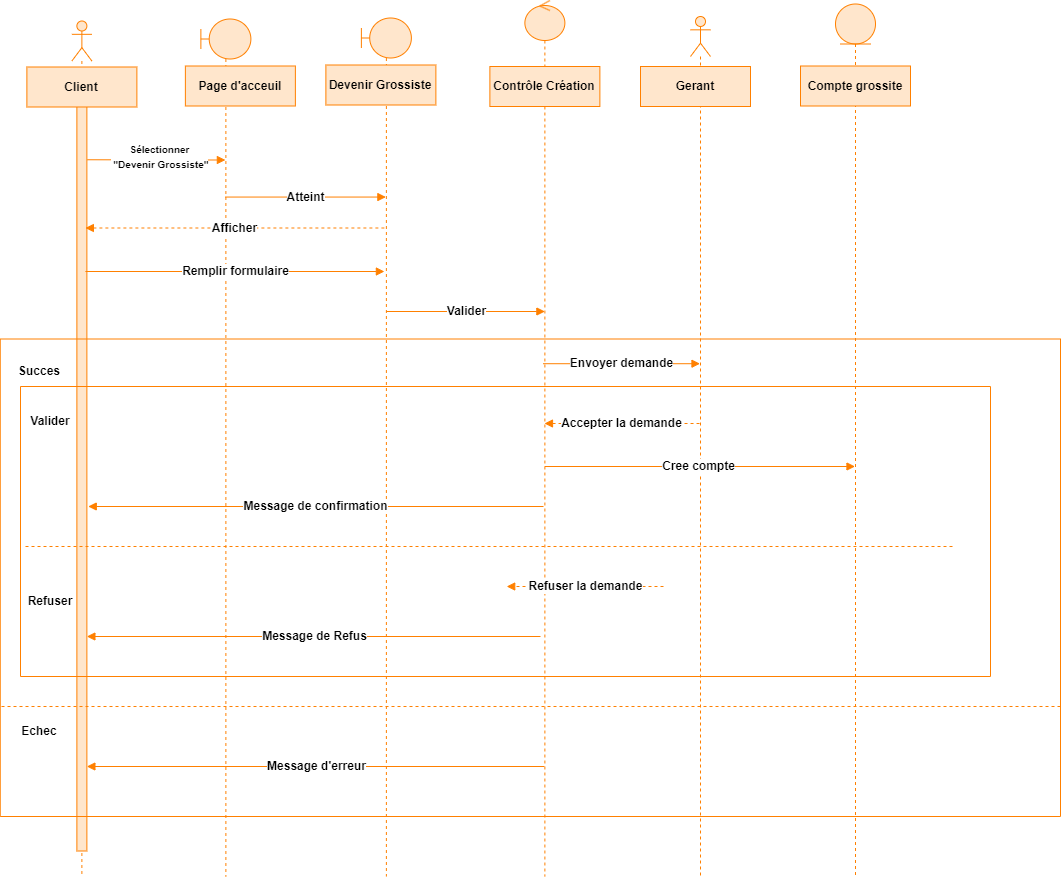
alizhassane/pfe keeps this draw.io diagram as images/Devenir un grossiste d.png. Above is the earlier version. Source tidied: cells renumbered, new cells last; positions are measured from the earlier drawing's top-left corner, leaving out a move shared by most shapes.
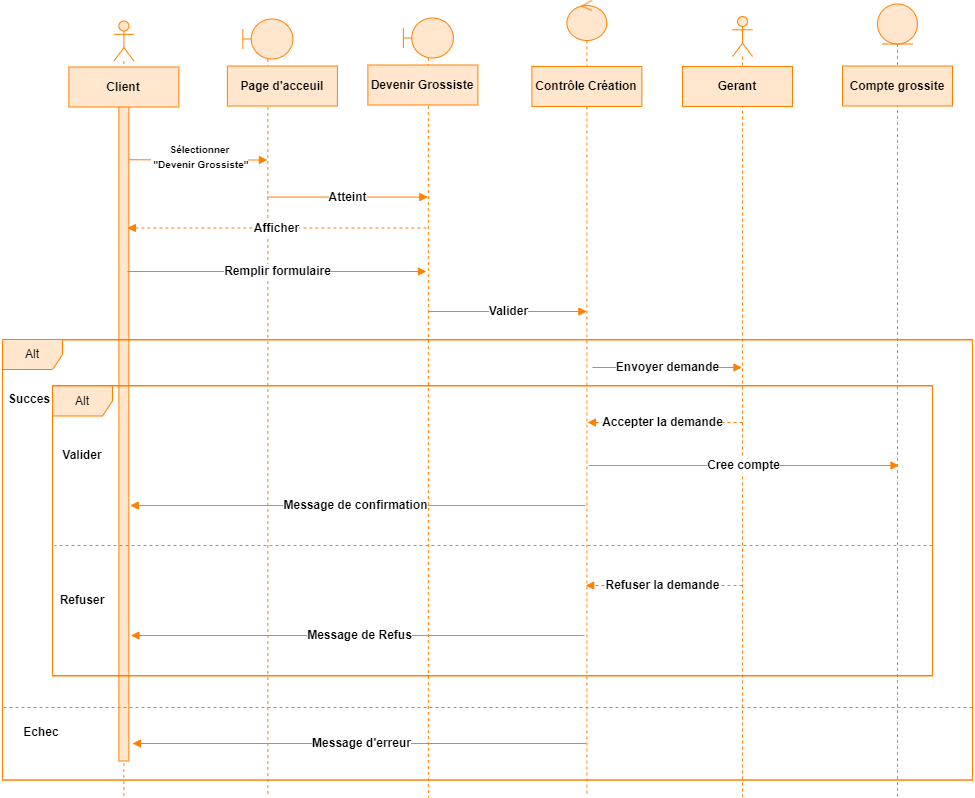
Later version of the same file.

What changed in the source:
```diff
@@ -3,22 +3,22 @@
     <mxCell id="0" />
     <mxCell id="1" parent="0" />
     <mxCell id="2" style="shape=umlLifeline;perimeter=lifelinePerimeter;whiteSpace=wrap;html=1;newEdgeStyle={&quot;curved&quot;:0,&quot;rounded&quot;:0};participant=umlActor;strokeColor=#FF8000;align=center;verticalAlign=middle;fontFamily=Helvetica;fontSize=12;fontColor=default;fontStyle=1;fillColor=#FFE6CC;" parent="1" vertex="1">
-      <mxGeometry x="71.4" y="20.5" width="20" height="855.5" as="geometry" />
+      <mxGeometry x="71.4" y="20.5" width="20" height="775.5" as="geometry" />
     </mxCell>
     <mxCell id="3" style="html=1;perimeter=orthogonalPerimeter;targetShapes=umlLifeline;newEdgeStyle={&quot;curved&quot;:0,&quot;rounded&quot;:0};fillColor=#FFE6CC;strokeColor=#FF8000;align=center;verticalAlign=middle;fontFamily=Helvetica;fontSize=12;fontColor=default;fontStyle=1;" parent="2" vertex="1">
-      <mxGeometry x="5" y="70" width="10" height="760" as="geometry" />
+      <mxGeometry x="5" y="70" width="10" height="670" as="geometry" />
     </mxCell>
     <mxCell id="4" style="shape=umlLifeline;perimeter=lifelinePerimeter;whiteSpace=wrap;html=1;newEdgeStyle={&quot;curved&quot;:0,&quot;rounded&quot;:0};participant=umlBoundary;strokeColor=#FF8000;align=center;verticalAlign=middle;fontFamily=Helvetica;fontSize=12;fontColor=default;fontStyle=1;fillColor=#FFE6CC;" parent="1" vertex="1">
-      <mxGeometry x="360.9" y="17.5" width="50" height="858.5" as="geometry" />
+      <mxGeometry x="360.9" y="17.5" width="50" height="778.5" as="geometry" />
     </mxCell>
     <mxCell id="5" style="shape=umlLifeline;perimeter=lifelinePerimeter;whiteSpace=wrap;html=1;newEdgeStyle={&quot;curved&quot;:0,&quot;rounded&quot;:0};participant=umlBoundary;strokeColor=#FF8000;align=center;verticalAlign=middle;fontFamily=Helvetica;fontSize=12;fontColor=default;fontStyle=1;fillColor=#FFE6CC;" parent="1" vertex="1">
-      <mxGeometry x="200.4" y="18.5" width="50" height="857.5" as="geometry" />
+      <mxGeometry x="200.4" y="18.5" width="50" height="777.5" as="geometry" />
     </mxCell>
     <mxCell id="6" style="shape=umlLifeline;perimeter=lifelinePerimeter;whiteSpace=wrap;html=1;newEdgeStyle={&quot;curved&quot;:0,&quot;rounded&quot;:0};participant=umlEntity;strokeColor=#FF8000;align=center;verticalAlign=middle;fontFamily=Helvetica;fontSize=12;fontColor=default;fontStyle=1;fillColor=#FFE6CC;" parent="1" vertex="1">
-      <mxGeometry x="835" y="3.5" width="40" height="872.5" as="geometry" />
+      <mxGeometry x="835" y="3.5" width="40" height="792.5" as="geometry" />
     </mxCell>
     <mxCell id="7" style="shape=umlLifeline;perimeter=lifelinePerimeter;whiteSpace=wrap;html=1;outlineConnect=0;portConstraint=eastwest;newEdgeStyle={&quot;curved&quot;:0,&quot;rounded&quot;:0};participant=umlControl;strokeColor=#FF8000;align=center;verticalAlign=middle;fontFamily=Helvetica;fontSize=12;fontColor=default;fontStyle=1;fillColor=#FFE6CC;" parent="1" vertex="1">
-      <mxGeometry x="524.4" width="40" height="876" as="geometry" />
+      <mxGeometry x="524.4" width="40" height="796" as="geometry" />
     </mxCell>
     <mxCell id="8" value="Client" style="rounded=0;whiteSpace=wrap;html=1;fillColor=#FFE6CC;strokeColor=#FF8000;align=center;verticalAlign=middle;fontFamily=Helvetica;fontSize=12;fontColor=default;fontStyle=1;" parent="1" vertex="1">
       <mxGeometry x="26.4" y="66.5" width="110" height="40" as="geometry" />
@@ -69,80 +69,87 @@
       </mxGeometry>
     </mxCell>
     <mxCell id="18" style="swimlane;startSize=0;fillColor=#FFE6CC;strokeColor=#FF8000;align=center;verticalAlign=middle;fontFamily=Helvetica;fontSize=12;fontColor=default;fontStyle=1;" parent="1" vertex="1">
-      <mxGeometry x="-0.2" y="338.5" width="1060.2" height="477.5" as="geometry" />
+      <mxGeometry x="-40" y="339.5" width="970" height="440" as="geometry" />
     </mxCell>
     <mxCell id="19" value="&lt;b&gt;Succes&lt;/b&gt;" style="text;html=1;align=center;verticalAlign=middle;whiteSpace=wrap;rounded=0;fontFamily=Helvetica;fontSize=12;fontColor=default;fontStyle=1;" parent="18" vertex="1">
-      <mxGeometry x="9.2" y="17.5" width="60" height="30" as="geometry" />
+      <mxGeometry x="-2.8" y="44.5" width="60" height="30" as="geometry" />
     </mxCell>
-    <mxCell id="20" value="Envoyer demande" style="html=1;verticalAlign=middle;endArrow=block;curved=0;rounded=0;strokeColor=#FF8000;align=center;fontFamily=Helvetica;fontSize=12;fontColor=default;fontStyle=1;fillColor=#FFE6CC;" parent="18" edge="1" target="24">
+    <mxCell id="20" value="Envoyer demande" style="html=1;verticalAlign=middle;endArrow=block;curved=0;rounded=0;strokeColor=#FF8000;align=center;fontFamily=Helvetica;fontSize=12;fontColor=default;fontStyle=1;fillColor=#FFE6CC;" parent="18" edge="1" target="25">
       <mxGeometry relative="1" as="geometry">
-        <mxPoint x="542.8" y="24.7" as="sourcePoint" />
+        <mxPoint x="590" y="27.5" as="sourcePoint" />
       </mxGeometry>
     </mxCell>
     <mxCell id="21" value="&lt;b&gt;Echec&lt;/b&gt;" style="text;html=1;align=center;verticalAlign=middle;whiteSpace=wrap;rounded=0;fontFamily=Helvetica;fontSize=12;fontColor=default;fontStyle=1;" parent="18" vertex="1">
       <mxGeometry x="9.2" y="377.5" width="60" height="30" as="geometry" />
     </mxCell>
-    <mxCell id="22" value="Message d'erreur" style="html=1;verticalAlign=middle;endArrow=block;curved=0;rounded=0;strokeColor=#FF8000;align=center;fontFamily=Helvetica;fontSize=12;fontColor=default;fontStyle=1;fillColor=#FFE6CC;" parent="18" edge="1" source="7">
+    <mxCell id="22" style="html=1;verticalAlign=middle;endArrow=none;curved=0;rounded=0;dashed=1;endFill=0;entryX=0;entryY=0.75;entryDx=0;entryDy=0;strokeColor=#FF8000;align=center;fontFamily=Helvetica;fontSize=12;fontColor=default;fontStyle=1;fillColor=#FFE6CC;" parent="18" edge="1">
       <mxGeometry relative="1" as="geometry">
-        <mxPoint x="86.6" y="427.5" as="targetPoint" />
+        <mxPoint x="970" y="367.5" as="sourcePoint" />
+        <mxPoint y="367.5" as="targetPoint" />
       </mxGeometry>
     </mxCell>
-    <mxCell id="23" style="html=1;verticalAlign=middle;endArrow=none;curved=0;rounded=0;dashed=1;endFill=0;entryX=0;entryY=0.75;entryDx=0;entryDy=0;strokeColor=#FF8000;align=center;fontFamily=Helvetica;fontSize=12;fontColor=default;fontStyle=1;fillColor=#FFE6CC;" parent="18" edge="1">
-      <mxGeometry relative="1" as="geometry">
-        <mxPoint x="1060.2" y="367.5" as="sourcePoint" />
-        <mxPoint y="367.5" as="targetPoint" />
-      </mxGeometry>
+    <mxCell id="23" value="Alt" style="shape=umlFrame;whiteSpace=wrap;html=1;fillColor=#FFE6CC;strokeColor=#FF8000;strokeWidth=1;align=center;verticalAlign=middle;fontFamily=Helvetica;fontSize=12;fontColor=default;" parent="18" vertex="1">
+      <mxGeometry y="-0.5" width="970" height="440.5" as="geometry" />
     </mxCell>
-    <mxCell id="24" style="shape=umlLifeline;perimeter=lifelinePerimeter;whiteSpace=wrap;html=1;outlineConnect=0;portConstraint=eastwest;newEdgeStyle={&quot;curved&quot;:0,&quot;rounded&quot;:0};participant=umlActor;strokeColor=#FF8000;align=center;verticalAlign=middle;fontFamily=Helvetica;fontSize=12;fontColor=default;fontStyle=1;fillColor=#FFE6CC;" parent="1" vertex="1">
-      <mxGeometry x="690" y="16" width="20" height="860" as="geometry" />
+    <mxCell id="24" value="Alt" style="shape=umlFrame;whiteSpace=wrap;html=1;fillColor=#FFE6CC;strokeColor=#FF8000;strokeWidth=1;align=center;verticalAlign=middle;fontFamily=Helvetica;fontSize=12;fontColor=default;" parent="18" vertex="1">
+      <mxGeometry x="50" y="46" width="880" height="290" as="geometry" />
     </mxCell>
-    <mxCell id="25" value="Gerant" style="rounded=0;whiteSpace=wrap;html=1;fillColor=#FFE6CC;strokeColor=#FF8000;align=center;verticalAlign=middle;fontFamily=Helvetica;fontSize=12;fontColor=default;fontStyle=1;" parent="1" vertex="1">
-      <mxGeometry x="640" y="66" width="110" height="40" as="geometry" />
+    <mxCell id="25" style="shape=umlLifeline;perimeter=lifelinePerimeter;whiteSpace=wrap;html=1;outlineConnect=0;portConstraint=eastwest;newEdgeStyle={&quot;curved&quot;:0,&quot;rounded&quot;:0};participant=umlActor;strokeColor=#FF8000;align=center;verticalAlign=middle;fontFamily=Helvetica;fontSize=12;fontColor=default;fontStyle=1;fillColor=#FFE6CC;" parent="1" vertex="1">
+      <mxGeometry x="690" y="16" width="20" height="780" as="geometry" />
     </mxCell>
-    <mxCell id="26" style="swimlane;startSize=0;strokeColor=#FF8000;align=center;verticalAlign=middle;fontFamily=Helvetica;fontSize=12;fontColor=default;fontStyle=1;fillColor=#FFE6CC;" parent="1" vertex="1">
-      <mxGeometry x="20" y="386" width="970" height="290" as="geometry" />
+    <mxCell id="26" value="Gerant" style="rounded=0;whiteSpace=wrap;html=1;fillColor=#FFE6CC;strokeColor=#FF8000;align=center;verticalAlign=middle;fontFamily=Helvetica;fontSize=12;fontColor=default;fontStyle=1;" parent="1" vertex="1">
+      <mxGeometry x="640" y="66" width="110" height="40" as="geometry" />
     </mxCell>
-    <mxCell id="27" value="&lt;b&gt;Valider&lt;/b&gt;" style="text;html=1;align=center;verticalAlign=middle;whiteSpace=wrap;rounded=0;fontFamily=Helvetica;fontSize=12;fontColor=default;fontStyle=1;" parent="26" vertex="1">
-      <mxGeometry y="20" width="60" height="30" as="geometry" />
+    <mxCell id="27" style="swimlane;startSize=0;strokeColor=#FF8000;align=center;verticalAlign=middle;fontFamily=Helvetica;fontSize=12;fontColor=default;fontStyle=1;fillColor=#FFE6CC;" parent="1" vertex="1">
+      <mxGeometry x="10" y="385" width="880" height="290" as="geometry" />
     </mxCell>
-    <mxCell id="28" value="&lt;b&gt;Refuser&lt;/b&gt;" style="text;html=1;align=center;verticalAlign=middle;whiteSpace=wrap;rounded=0;fontFamily=Helvetica;fontSize=12;fontColor=default;fontStyle=1;" parent="26" vertex="1">
-      <mxGeometry y="200" width="60" height="30" as="geometry" />
+    <mxCell id="28" value="&lt;b&gt;Valider&lt;/b&gt;" style="text;html=1;align=center;verticalAlign=middle;whiteSpace=wrap;rounded=0;fontFamily=Helvetica;fontSize=12;fontColor=default;fontStyle=1;" parent="27" vertex="1">
+      <mxGeometry y="55" width="60" height="30" as="geometry" />
     </mxCell>
-    <mxCell id="29" value="Accepter la demande" style="html=1;verticalAlign=middle;endArrow=block;curved=0;rounded=0;dashed=1;strokeColor=#FF8000;align=center;fontFamily=Helvetica;fontSize=12;fontColor=default;fontStyle=1;fillColor=#FFE6CC;" parent="26" edge="1">
-      <mxGeometry relative="1" as="geometry">
-        <mxPoint x="679" y="37" as="sourcePoint" />
-        <mxPoint x="524" y="37" as="targetPoint" />
-      </mxGeometry>
+    <mxCell id="29" value="&lt;b&gt;Refuser&lt;/b&gt;" style="text;html=1;align=center;verticalAlign=middle;whiteSpace=wrap;rounded=0;fontFamily=Helvetica;fontSize=12;fontColor=default;fontStyle=1;" parent="27" vertex="1">
+      <mxGeometry y="200" width="60" height="30" as="geometry" />
     </mxCell>
-    <mxCell id="30" value="Message de confirmation" style="html=1;verticalAlign=middle;endArrow=block;curved=0;rounded=0;strokeColor=#FF8000;align=center;fontFamily=Helvetica;fontSize=12;fontColor=default;fontStyle=1;fillColor=#FFE6CC;" parent="26" edge="1">
+    <mxCell id="30" value="Accepter la demande" style="html=1;verticalAlign=middle;endArrow=block;curved=0;rounded=0;dashed=1;strokeColor=#FF8000;align=center;fontFamily=Helvetica;fontSize=12;fontColor=default;fontStyle=1;fillColor=#FFE6CC;" parent="27" edge="1">
       <mxGeometry relative="1" as="geometry">
-        <mxPoint x="523" y="120" as="sourcePoint" />
-        <mxPoint x="67.8" y="120" as="targetPoint" />
+        <mxPoint x="690" y="37" as="sourcePoint" />
+        <mxPoint x="535" y="37" as="targetPoint" />
       </mxGeometry>
     </mxCell>
-    <mxCell id="31" value="Cree compte" style="html=1;verticalAlign=middle;endArrow=block;curved=0;rounded=0;strokeColor=#FF8000;align=center;fontFamily=Helvetica;fontSize=12;fontColor=default;fontStyle=1;fillColor=#FFE6CC;" parent="26" edge="1">
-      <mxGeometry x="-0.01" relative="1" as="geometry">
-        <mxPoint x="524.2" y="80" as="sourcePoint" />
-        <mxPoint x="834.5" y="80" as="targetPoint" />
+    <mxCell id="31" value="Message de confirmation" style="html=1;verticalAlign=middle;endArrow=block;curved=0;rounded=0;strokeColor=#FF8000;align=center;fontFamily=Helvetica;fontSize=12;fontColor=default;fontStyle=1;fillColor=#FFE6CC;" parent="27" edge="1">
+      <mxGeometry relative="1" as="geometry">
+        <mxPoint x="533" y="120" as="sourcePoint" />
+        <mxPoint x="77.8" y="120" as="targetPoint" />
       </mxGeometry>
     </mxCell>
-    <mxCell id="32" value="Message de Refus" style="html=1;verticalAlign=middle;endArrow=block;curved=0;rounded=0;strokeColor=#FF8000;align=center;fontFamily=Helvetica;fontSize=12;fontColor=default;fontStyle=1;fillColor=#FFE6CC;" parent="26" edge="1">
-      <mxGeometry relative="1" as="geometry">
-        <mxPoint x="520" y="250" as="sourcePoint" />
-        <mxPoint x="66.4" y="250" as="targetPoint" />
+    <mxCell id="32" value="Cree compte" style="html=1;verticalAlign=middle;endArrow=block;curved=0;rounded=0;strokeColor=#FF8000;align=center;fontFamily=Helvetica;fontSize=12;fontColor=default;fontStyle=1;fillColor=#FFE6CC;" parent="27" edge="1">
+      <mxGeometry x="-0.01" relative="1" as="geometry">
+        <mxPoint x="536.2" y="80" as="sourcePoint" />
+        <mxPoint x="846.5" y="80" as="targetPoint" />
       </mxGeometry>
     </mxCell>
-    <mxCell id="33" style="html=1;verticalAlign=middle;endArrow=none;curved=0;rounded=0;dashed=1;endFill=0;entryX=-0.002;entryY=0.568;entryDx=0;entryDy=0;entryPerimeter=0;strokeColor=#FF8000;align=center;fontFamily=Helvetica;fontSize=12;fontColor=default;fontStyle=1;fillColor=#FFE6CC;" parent="26" edge="1">
+    <mxCell id="33" value="Message de Refus" style="html=1;verticalAlign=middle;endArrow=block;curved=0;rounded=0;strokeColor=#FF8000;align=center;fontFamily=Helvetica;fontSize=12;fontColor=default;fontStyle=1;fillColor=#FFE6CC;" parent="27" edge="1">
       <mxGeometry relative="1" as="geometry">
-        <mxPoint x="932" y="160" as="sourcePoint" />
-        <mxPoint x="2" y="160" as="targetPoint" />
+        <mxPoint x="532" y="250" as="sourcePoint" />
+        <mxPoint x="78.4" y="250" as="targetPoint" />
       </mxGeometry>
     </mxCell>
-    <mxCell id="34" value="Refuser la demande" style="html=1;verticalAlign=middle;endArrow=block;curved=0;rounded=0;dashed=1;exitX=0.5;exitY=0.625;exitDx=0;exitDy=0;exitPerimeter=0;strokeColor=#FF8000;align=center;fontFamily=Helvetica;fontSize=12;fontColor=default;fontStyle=1;fillColor=#FFE6CC;" parent="26" edge="1">
+    <mxCell id="34" style="html=1;verticalAlign=middle;endArrow=none;curved=0;rounded=0;dashed=1;endFill=0;entryX=-0.002;entryY=0.568;entryDx=0;entryDy=0;entryPerimeter=0;strokeColor=#FF8000;align=center;fontFamily=Helvetica;fontSize=12;fontColor=default;fontStyle=1;fillColor=#FFE6CC;" parent="27" edge="1">
       <mxGeometry relative="1" as="geometry">
-        <mxPoint x="643" y="200" as="sourcePoint" />
-        <mxPoint x="486.2" y="200" as="targetPoint" />
+        <mxPoint x="880" y="160" as="sourcePoint" />
+        <mxPoint x="2" y="160" as="targetPoint" />
       </mxGeometry>
     </mxCell>
+    <mxCell id="35" value="Refuser la demande" style="html=1;verticalAlign=middle;endArrow=block;curved=0;rounded=0;dashed=1;exitX=0.5;exitY=0.625;exitDx=0;exitDy=0;exitPerimeter=0;strokeColor=#FF8000;align=center;fontFamily=Helvetica;fontSize=12;fontColor=default;fontStyle=1;fillColor=#FFE6CC;" parent="27" edge="1">
+      <mxGeometry relative="1" as="geometry">
+        <mxPoint x="690" y="200" as="sourcePoint" />
+        <mxPoint x="533.2" y="200" as="targetPoint" />
+      </mxGeometry>
+    </mxCell>
+    <mxCell id="36" value="Message d'erreur" style="html=1;verticalAlign=middle;endArrow=block;curved=0;rounded=0;strokeColor=#FF8000;align=center;fontFamily=Helvetica;fontSize=12;fontColor=default;fontStyle=1;fillColor=#FFE6CC;" parent="1" edge="1">
+      <mxGeometry relative="1" as="geometry">
+        <mxPoint x="543.9" y="743" as="sourcePoint" />
+        <mxPoint x="90" y="743" as="targetPoint" />
+      </mxGeometry>
+    </mxCell>
   </root>
 </mxGraphModel>
```
